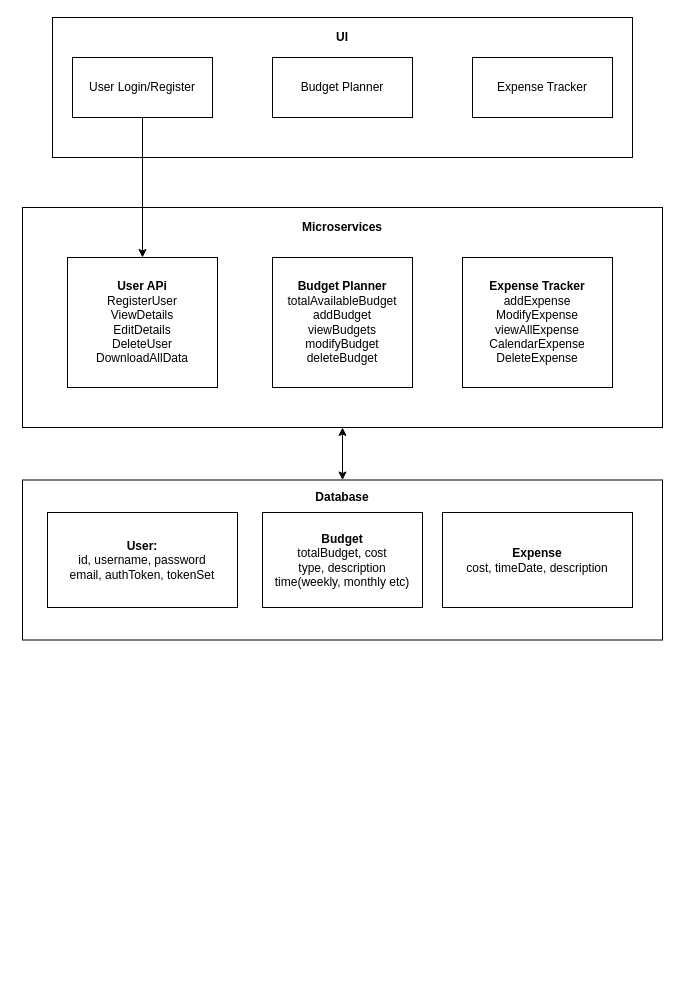
Above: documentation/budget-tracker-architecture.drawio in adarshjhaa100/budget-expense-tracker (draw.io), before the change. Source tidied: cells renumbered, new cells numbered last; positions are measured from the earlier drawing's top-left corner, leaving out a move shared by most shapes. Both pictures are drawn from the tidied source at 100%, with x=0, y=0 at pixel (22, 17).
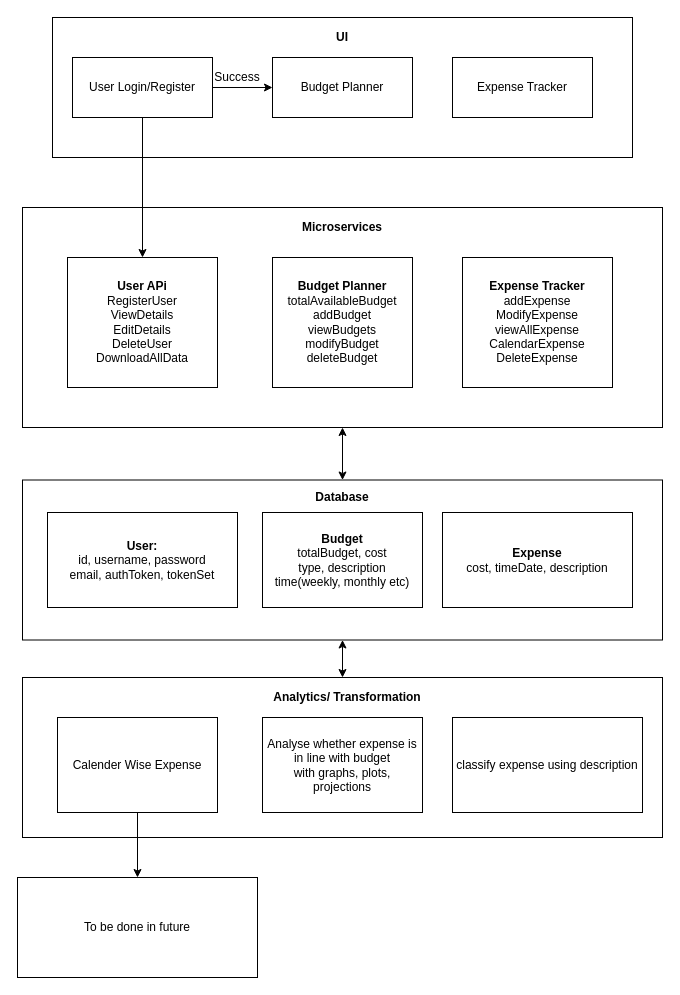
Above is the later version.

Unchanged cells that the change refers to:
```xml
<mxCell id="4" style="rounded=0;whiteSpace=wrap;html=1;" parent="1" vertex="1">
  <mxGeometry y="462.5" width="640" height="160" as="geometry" />
</mxCell>
<mxCell id="7" value="User Login/Register" style="rounded=0;whiteSpace=wrap;html=1;" parent="1" vertex="1">
  <mxGeometry x="50" y="40" width="140" height="60" as="geometry" />
</mxCell>
<mxCell id="8" value="Budget Planner" style="rounded=0;whiteSpace=wrap;html=1;" parent="1" vertex="1">
  <mxGeometry x="250" y="40" width="140" height="60" as="geometry" />
</mxCell>
```

What changed in the source:
```diff
@@
+    <mxCell id="19" style="edgeStyle=orthogonalEdgeStyle;rounded=0;jettySize=auto;html=1;exitX=1;exitY=0.5;exitDx=0;exitDy=0;entryX=0;entryY=0.5;entryDx=0;entryDy=0;" parent="1" edge="1" source="7" target="8">
+      <mxGeometry relative="1" as="geometry" />
+    </mxCell>
@@
     <mxCell id="9" value="Expense Tracker" style="rounded=0;whiteSpace=wrap;html=1;" parent="1" vertex="1">
-      <mxGeometry x="450" y="40" width="140" height="60" as="geometry" />
+      <mxGeometry x="430" y="40" width="140" height="60" as="geometry" />
     </mxCell>
@@
+    <mxCell id="20" value="Success" style="text;html=1;strokeColor=none;fillColor=none;align=center;verticalAlign=middle;whiteSpace=wrap;rounded=0;" parent="1" vertex="1">
+      <mxGeometry x="195" y="50" width="40" height="20" as="geometry" />
+    </mxCell>
+    <mxCell id="21" style="rounded=0;whiteSpace=wrap;html=1;" parent="1" vertex="1">
+      <mxGeometry y="660" width="640" height="160" as="geometry" />
+    </mxCell>
+    <mxCell id="22" value="&lt;b&gt;Analytics/ Transformation&lt;/b&gt;" style="text;html=1;strokeColor=none;fillColor=none;align=center;verticalAlign=middle;whiteSpace=wrap;rounded=0;" parent="1" vertex="1">
+      <mxGeometry x="250" y="670" width="150" height="20" as="geometry" />
+    </mxCell>
+    <mxCell id="23" style="endArrow=classic;startArrow=classic;html=1;entryX=0.5;entryY=1;entryDx=0;entryDy=0;exitX=0.5;exitY=0;exitDx=0;exitDy=0;" parent="1" edge="1" source="21" target="4">
+      <mxGeometry relative="1" as="geometry" />
+    </mxCell>
+    <mxCell id="24" value="classify expense using description" style="rounded=0;whiteSpace=wrap;html=1;" parent="1" vertex="1">
+      <mxGeometry x="430" y="700" width="190" height="95" as="geometry" />
+    </mxCell>
+    <mxCell id="25" value="Analyse whether expense is in line with budget&lt;br&gt;with graphs, plots, projections" style="rounded=0;whiteSpace=wrap;html=1;" parent="1" vertex="1">
+      <mxGeometry x="240" y="700" width="160" height="95" as="geometry" />
+    </mxCell>
+    <mxCell id="26" style="edgeStyle=orthogonalEdgeStyle;rounded=0;jettySize=auto;html=1;entryX=0.5;entryY=0;entryDx=0;entryDy=0;" parent="1" edge="1" source="27" target="28">
+      <mxGeometry relative="1" as="geometry" />
+    </mxCell>
+    <mxCell id="27" value="Calender Wise Expense" style="rounded=0;whiteSpace=wrap;html=1;" parent="1" vertex="1">
+      <mxGeometry x="35" y="700" width="160" height="95" as="geometry" />
+    </mxCell>
+    <mxCell id="28" value="To be done in future" style="rounded=0;whiteSpace=wrap;html=1;" parent="1" vertex="1">
+      <mxGeometry x="-5" y="860" width="240" height="100" as="geometry" />
+    </mxCell>
```
